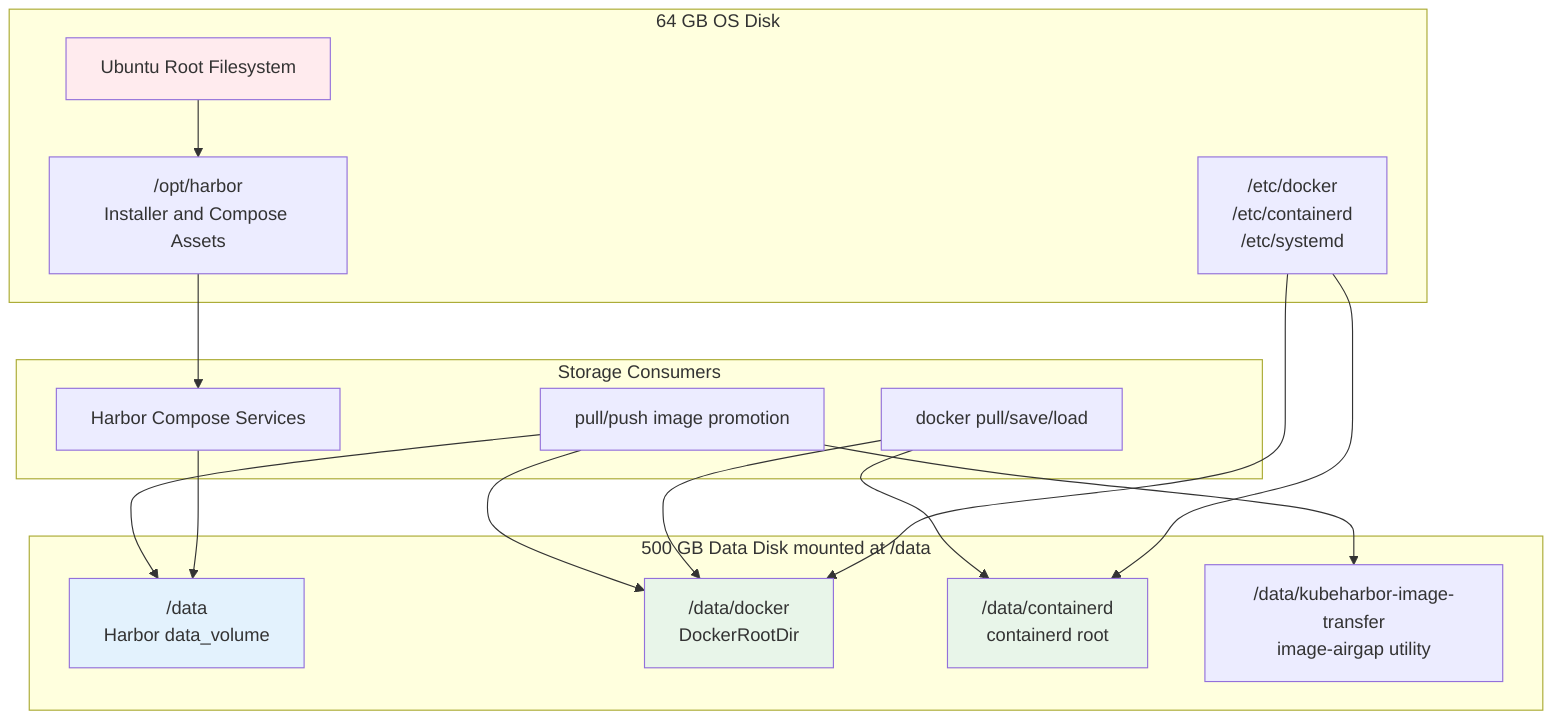
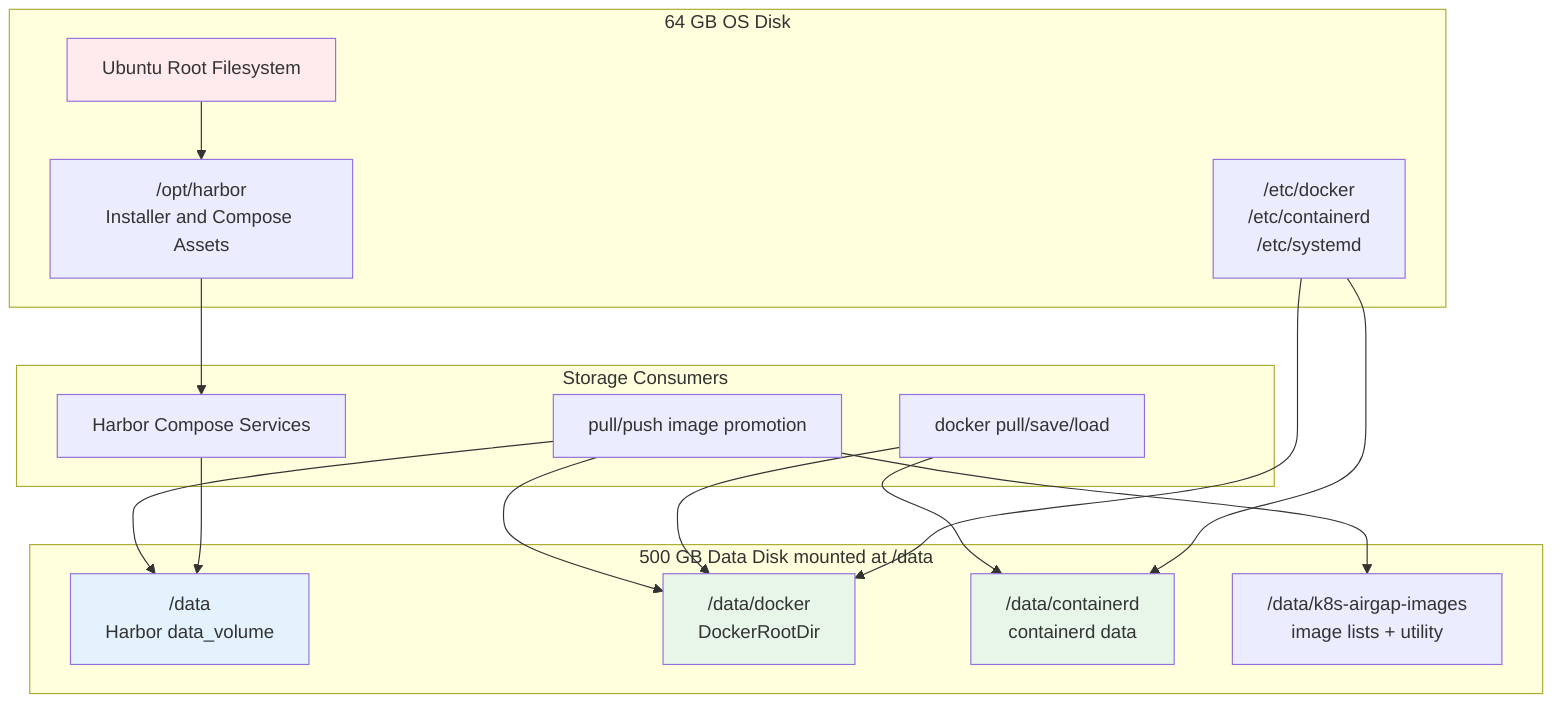
flowchart TB
    subgraph cluster_1_OSDisk["64 GB OS Disk"]
        RootFS["Ubuntu Root Filesystem"]
        OptHarbor["/opt/harbor<br/>Installer and Compose Assets"]
        EtcConfig["/etc/docker<br/>/etc/containerd<br/>/etc/systemd"]
    end

    subgraph cluster_2_DataDisk["500 GB Data Disk mounted at /data"]
        DataVolume["/data<br/>Harbor data_volume"]
-         DockerRoot["/data/docker<br/>DockerRootDir"]
-         ContainerdRoot["/data/containerd<br/>containerd root"]
-         TransferRoot["/data/kubeharbor-image-transfer<br/>image-airgap utility"]
+         DockerData["/data/docker<br/>DockerRootDir"]
+         ContainerdData["/data/containerd<br/>containerd data"]
+         TransferRepo["/data/k8s-airgap-images<br/>image lists + utility"]
    end

    subgraph cluster_3_Workloads["Storage Consumers"]
        HarborServices["Harbor Compose Services"]
        DockerPulls["docker pull/save/load"]
        ImagePromotion["pull/push image promotion"]
    end

    RootFS --> OptHarbor
-     EtcConfig --> DockerRoot
-     EtcConfig --> ContainerdRoot
+     EtcConfig --> DockerData
+     EtcConfig --> ContainerdData
    OptHarbor --> HarborServices
    HarborServices --> DataVolume
-     DockerPulls --> DockerRoot
-     DockerPulls --> ContainerdRoot
-     ImagePromotion --> TransferRoot
-     ImagePromotion --> DockerRoot
+     DockerPulls --> DockerData
+     DockerPulls --> ContainerdData
+     ImagePromotion --> TransferRepo
+     ImagePromotion --> DockerData
    ImagePromotion --> DataVolume

    style DataVolume fill:#e3f2fd
-     style DockerRoot fill:#e8f5e9
-     style ContainerdRoot fill:#e8f5e9
+     style DockerData fill:#e8f5e9
+     style ContainerdData fill:#e8f5e9
    style RootFS fill:#ffebee
